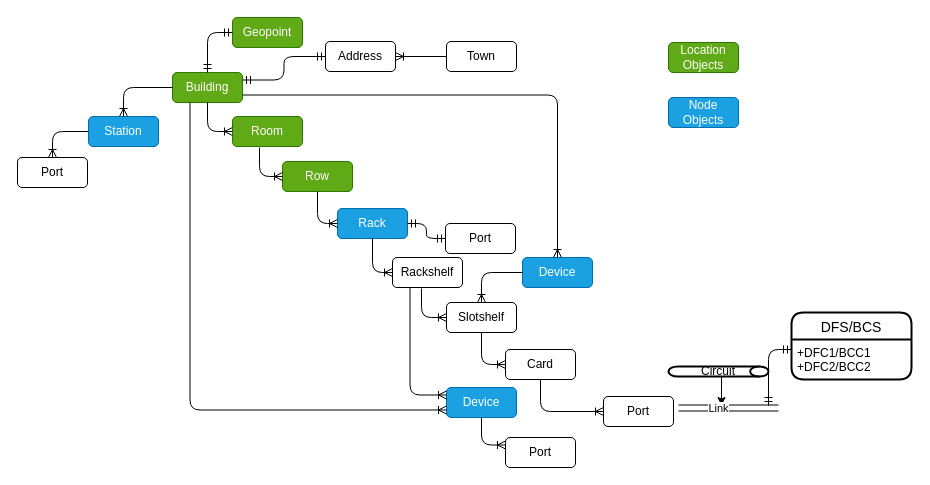
This is page "GIS" (3 of 4) of Untitled Diagram.drawio from dearishtaq/hello-world-old, a draw.io file, before an edit. Source tidied: cells renumbered, new cells numbered last; positions are measured from the earlier drawing's top-left corner, leaving out a move shared by most shapes. Both pictures are drawn from the tidied source at 100%, with x=0, y=0 at pixel (17, 17).
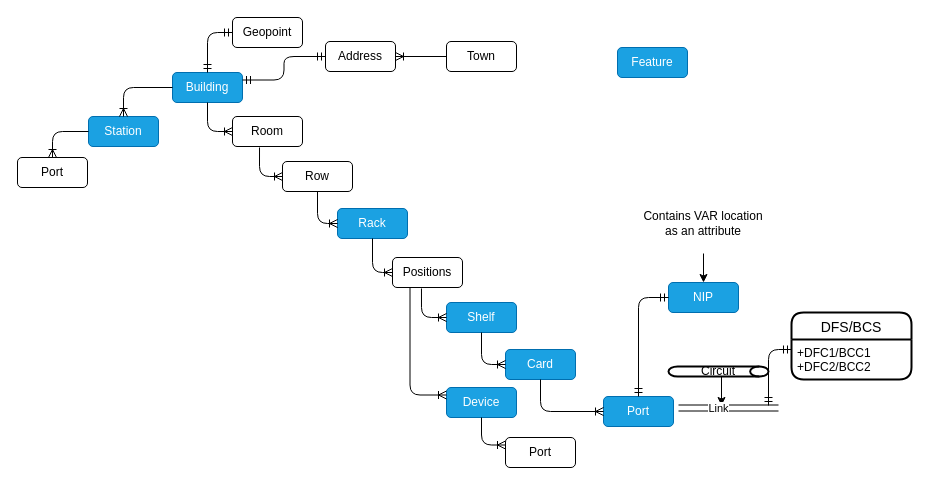
The same page after the edit.

Unchanged cells that the change refers to:
```xml
<mxCell id="7" value="Rack" style="rounded=1;whiteSpace=wrap;html=1;fillColor=#1ba1e2;strokeColor=#006EAF;fontColor=#ffffff;" parent="1" vertex="1">
  <mxGeometry x="320" y="191" width="70" height="30" as="geometry" />
</mxCell>
<mxCell id="21" value="Device" style="rounded=1;whiteSpace=wrap;html=1;fillColor=#1ba1e2;strokeColor=#006EAF;fontColor=#ffffff;" parent="1" vertex="1">
  <mxGeometry x="429" y="370" width="70" height="30" as="geometry" />
</mxCell>
```

What changed in the source:
```diff
@@
-    <mxCell id="2" value="Building" style="rounded=1;whiteSpace=wrap;html=1;fillColor=#60a917;strokeColor=#2D7600;fontColor=#ffffff;" parent="1" vertex="1">
+    <mxCell id="2" value="Building" style="rounded=1;whiteSpace=wrap;html=1;fillColor=#1ba1e2;strokeColor=#006EAF;fontColor=#ffffff;" parent="1" vertex="1">
       <mxGeometry x="155" y="55" width="70" height="30" as="geometry" />
     </mxCell>
-    <mxCell id="3" value="Room" style="rounded=1;whiteSpace=wrap;html=1;fillColor=#60a917;strokeColor=#2D7600;fontColor=#ffffff;" parent="1" vertex="1">
+    <mxCell id="3" value="Room" style="rounded=1;whiteSpace=wrap;html=1;" parent="1" vertex="1">
       <mxGeometry x="215" y="99" width="70" height="30" as="geometry" />
     </mxCell>
@@
-    <mxCell id="5" value="Row" style="rounded=1;whiteSpace=wrap;html=1;fillColor=#60a917;strokeColor=#2D7600;fontColor=#ffffff;" parent="1" vertex="1">
+    <mxCell id="5" value="Row" style="rounded=1;whiteSpace=wrap;html=1;" parent="1" vertex="1">
       <mxGeometry x="265" y="144" width="70" height="30" as="geometry" />
     </mxCell>
@@
-    <mxCell id="9" value="Rackshelf" style="rounded=1;whiteSpace=wrap;html=1;" parent="1" vertex="1">
+    <mxCell id="9" value="Positions" style="rounded=1;whiteSpace=wrap;html=1;" parent="1" vertex="1">
       <mxGeometry x="375" y="240" width="70" height="30" as="geometry" />
     </mxCell>
@@
-    <mxCell id="11" value="Slotshelf" style="rounded=1;whiteSpace=wrap;html=1;" parent="1" vertex="1">
+    <mxCell id="11" value="Shelf" style="rounded=1;whiteSpace=wrap;html=1;fillColor=#1ba1e2;strokeColor=#006EAF;fontColor=#ffffff;" parent="1" vertex="1">
       <mxGeometry x="429" y="285" width="70" height="30" as="geometry" />
     </mxCell>
@@
-    <mxCell id="13" value="Device" style="rounded=1;whiteSpace=wrap;html=1;fillColor=#1ba1e2;strokeColor=#006EAF;fontColor=#ffffff;" parent="1" vertex="1">
-      <mxGeometry x="505" y="240" width="70" height="30" as="geometry" />
-    </mxCell>
-    <mxCell id="14" style="edgeStyle=orthogonalEdgeStyle;fontSize=12;html=1;endArrow=ERoneToMany;exitX=0;exitY=0.5;exitDx=0;exitDy=0;" parent="1" edge="1" source="13" target="11">
-      <mxGeometry relative="1" as="geometry" />
-    </mxCell>
-    <mxCell id="15" value="Card" style="rounded=1;whiteSpace=wrap;html=1;" parent="1" vertex="1">
+    <mxCell id="15" value="Card" style="rounded=1;whiteSpace=wrap;html=1;fillColor=#1ba1e2;strokeColor=#006EAF;fontColor=#ffffff;" parent="1" vertex="1">
       <mxGeometry x="488" y="332" width="70" height="30" as="geometry" />
     </mxCell>
@@
-    <mxCell id="17" value="Port" style="rounded=1;whiteSpace=wrap;html=1;" parent="1" vertex="1">
+    <mxCell id="17" value="Port" style="rounded=1;whiteSpace=wrap;html=1;fillColor=#1ba1e2;strokeColor=#006EAF;fontColor=#ffffff;" parent="1" vertex="1">
       <mxGeometry x="586" y="379" width="70" height="30" as="geometry" />
     </mxCell>
@@
-    <mxCell id="19" style="edgeStyle=orthogonalEdgeStyle;fontSize=12;html=1;endArrow=ERoneToMany;entryX=0.5;entryY=0;entryDx=0;entryDy=0;exitX=1;exitY=0.75;exitDx=0;exitDy=0;" parent="1" edge="1" source="2" target="13">
-      <mxGeometry relative="1" as="geometry" />
-    </mxCell>
-    <mxCell id="20" style="edgeStyle=elbowEdgeStyle;rounded=0;orthogonalLoop=1;jettySize=auto;elbow=vertical;html=1;entryX=0.25;entryY=0;entryDx=0;entryDy=0;" parent="1" edge="1" source="13" target="13">
-      <mxGeometry relative="1" as="geometry" />
+    <mxCell id="20" style="edgeStyle=elbowEdgeStyle;rounded=0;orthogonalLoop=1;jettySize=auto;elbow=vertical;html=1;entryX=0.25;entryY=0;entryDx=0;entryDy=0;" parent="1" edge="1">
+      <mxGeometry relative="1" as="geometry">
+        <mxPoint x="522.5" y="240" as="sourcePoint" />
+        <mxPoint x="522.5" y="240" as="targetPoint" />
+      </mxGeometry>
     </mxCell>
@@
-    <mxCell id="25" style="edgeStyle=orthogonalEdgeStyle;fontSize=12;html=1;endArrow=ERoneToMany;exitX=0.25;exitY=1;exitDx=0;exitDy=0;entryX=0;entryY=0.75;entryDx=0;entryDy=0;" parent="1" edge="1" source="2" target="21">
-      <mxGeometry relative="1" as="geometry" />
-    </mxCell>
-    <mxCell id="26" value="Geopoint" style="rounded=1;whiteSpace=wrap;html=1;fillColor=#60a917;strokeColor=#2D7600;fontColor=#ffffff;" parent="1" vertex="1">
+    <mxCell id="26" value="Geopoint" style="rounded=1;whiteSpace=wrap;html=1;" parent="1" vertex="1">
       <mxGeometry x="215" width="70" height="30" as="geometry" />
     </mxCell>
@@
-    <mxCell id="34" value="Location Objects" style="rounded=1;whiteSpace=wrap;html=1;fillColor=#60a917;strokeColor=#2D7600;fontColor=#ffffff;" parent="1" vertex="1">
-      <mxGeometry x="651" y="25" width="70" height="30" as="geometry" />
-    </mxCell>
-    <mxCell id="35" value="Node Objects" style="rounded=1;whiteSpace=wrap;html=1;fillColor=#1ba1e2;strokeColor=#006EAF;fontColor=#ffffff;" parent="1" vertex="1">
-      <mxGeometry x="651" y="80" width="70" height="30" as="geometry" />
+    <mxCell id="35" value="Feature" style="rounded=1;whiteSpace=wrap;html=1;fillColor=#1ba1e2;strokeColor=#006EAF;fontColor=#ffffff;" parent="1" vertex="1">
+      <mxGeometry x="600" y="30" width="70" height="30" as="geometry" />
     </mxCell>
-    <mxCell id="36" value="Port" style="rounded=1;whiteSpace=wrap;html=1;" parent="1" vertex="1">
-      <mxGeometry x="428" y="206" width="70" height="30" as="geometry" />
-    </mxCell>
-    <mxCell id="37" style="edgeStyle=orthogonalEdgeStyle;fontSize=12;html=1;endArrow=ERmandOne;startArrow=ERmandOne;" parent="1" edge="1" source="7" target="36">
-      <mxGeometry relative="1" as="geometry" />
-    </mxCell>
@@
+    <mxCell id="46" value="NIP" style="rounded=1;whiteSpace=wrap;html=1;fillColor=#1ba1e2;strokeColor=#006EAF;fontColor=#ffffff;" parent="1" vertex="1">
+      <mxGeometry x="651" y="265" width="70" height="30" as="geometry" />
+    </mxCell>
+    <mxCell id="47" style="edgeStyle=orthogonalEdgeStyle;fontSize=12;html=1;endArrow=ERmandOne;startArrow=ERmandOne;entryX=0;entryY=0.5;entryDx=0;entryDy=0;" parent="1" edge="1" source="17" target="46">
+      <mxGeometry relative="1" as="geometry" />
+    </mxCell>
+    <mxCell id="48" style="edgeStyle=orthogonalEdgeStyle;rounded=0;jettySize=auto;html=1;" parent="1" edge="1" source="49" target="46">
+      <mxGeometry relative="1" as="geometry" />
+    </mxCell>
+    <mxCell id="49" value="Contains VAR location as an attribute" style="text;html=1;strokeColor=none;fillColor=none;align=center;verticalAlign=middle;whiteSpace=wrap;overflow=hidden;" parent="1" vertex="1">
+      <mxGeometry x="621" y="175" width="130" height="61" as="geometry" />
+    </mxCell>
```
